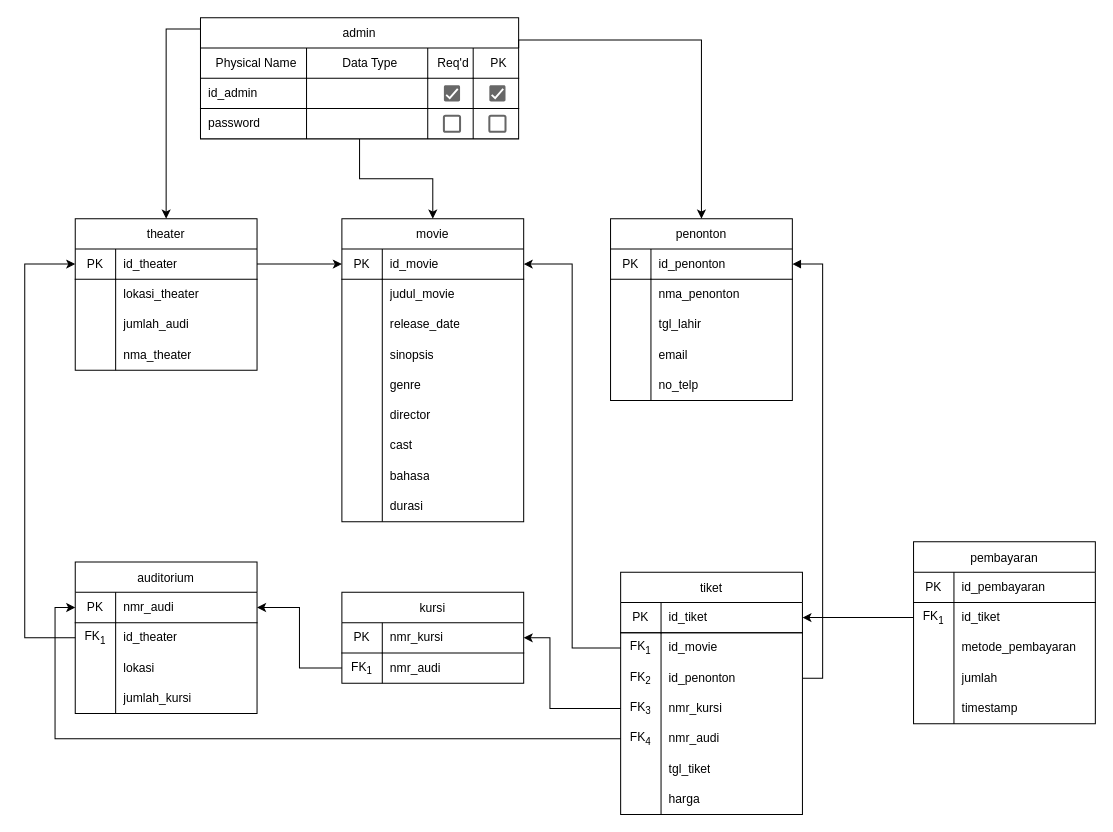
This is movie_pdm.drawio from vinnnna/sistem-basis-data, a draw.io file, before an edit. Source tidied: cells renumbered, new cells numbered last; positions are measured from the earlier drawing's top-left corner, leaving out a move shared by most shapes. Both pictures are drawn from the tidied source at 101%, with x=0, y=0 at pixel (24, 17).
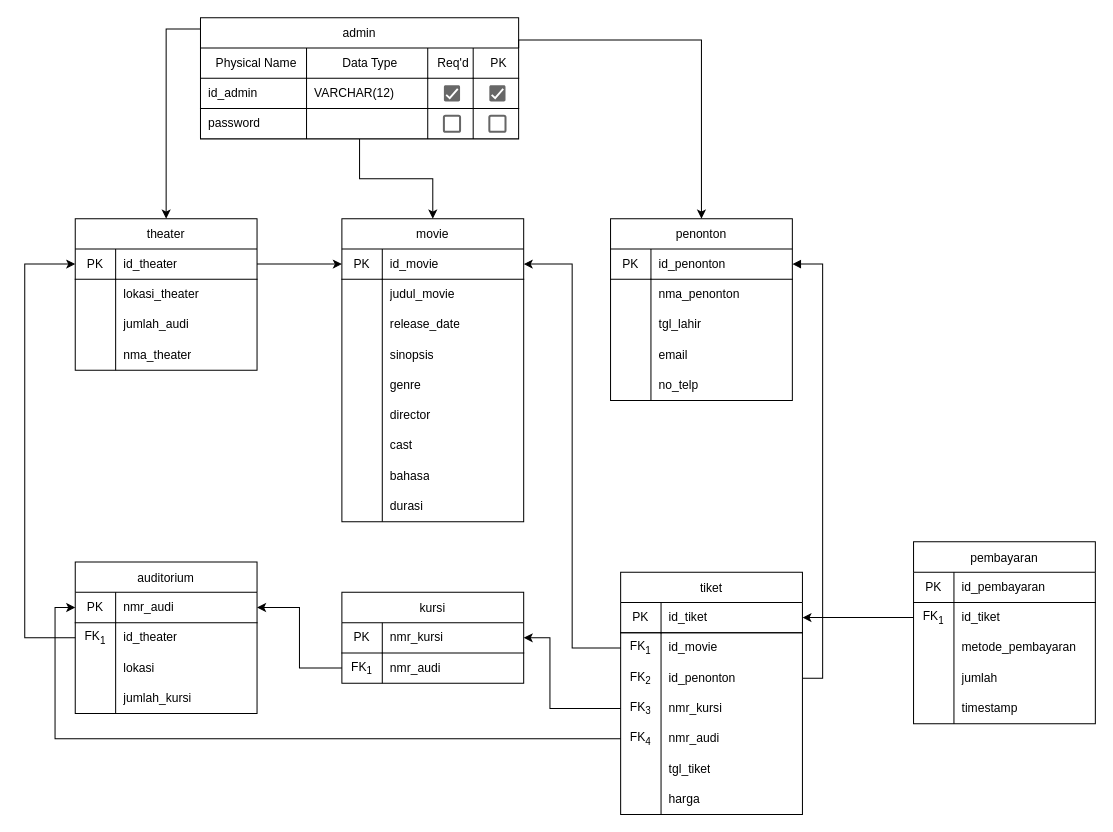
The same diagram, later.

The change refers to these unchanged cells:
```xml
<mxCell id="105" style="shape=tableRow;horizontal=0;startSize=0;swimlaneHead=0;swimlaneBody=0;top=0;left=0;bottom=0;right=0;fillColor=none;strokeColor=inherit;fontSize=12;" parent="99" vertex="1">
  <mxGeometry y="60" width="315" height="30" as="geometry" />
</mxCell>
```

What changed in the source:
```diff
@@
-    <mxCell id="107" style="shape=partialRectangle;html=1;whiteSpace=wrap;fillColor=none;top=0;left=0;bottom=1;right=0;align=left;spacingLeft=6;overflow=hidden;strokeColor=inherit;fontSize=12;strokeWidth=1;" parent="105" vertex="1">
+    <mxCell id="107" value="VARCHAR(12)" style="shape=partialRectangle;html=1;whiteSpace=wrap;fillColor=none;top=0;left=0;bottom=1;right=0;align=left;spacingLeft=6;overflow=hidden;strokeColor=inherit;fontSize=12;strokeWidth=1;" parent="105" vertex="1">
       <mxGeometry x="105" width="120" height="30" as="geometry" />
     </mxCell>
```
